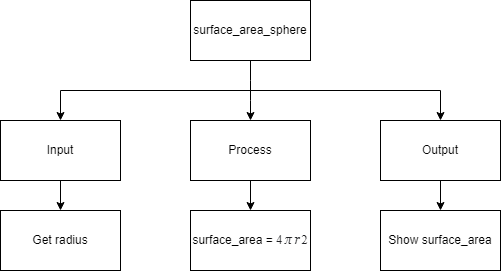
JacksonNaufal/ICS3U-Unit-Assignment-7-Python keeps this draw.io diagram as Drawio/TopDown.png. Above is the earlier version. Source tidied: cells renumbered, new cells last; positions are measured from the earlier drawing's top-left corner, leaving out a move shared by most shapes. Its diagram source:
```xml
<mxGraphModel>
  <root>
    <mxCell id="0" />
    <mxCell id="1" parent="0" />
    <mxCell id="2" style="edgeStyle=none;html=1;exitX=0.5;exitY=1;exitDx=0;exitDy=0;" parent="1" edge="1" source="5" target="9">
      <mxGeometry relative="1" as="geometry">
        <Array as="points">
          <mxPoint x="250" y="90" />
        </Array>
      </mxGeometry>
    </mxCell>
    <mxCell id="3" style="edgeStyle=none;html=1;entryX=0.5;entryY=0;entryDx=0;entryDy=0;rounded=0;" parent="1" edge="1" target="11">
      <mxGeometry relative="1" as="geometry">
        <mxPoint x="250" y="90" as="sourcePoint" />
        <Array as="points">
          <mxPoint x="440" y="90" />
        </Array>
      </mxGeometry>
    </mxCell>
    <mxCell id="4" style="edgeStyle=none;rounded=0;html=1;entryX=0.5;entryY=0;entryDx=0;entryDy=0;" parent="1" edge="1" target="7">
      <mxGeometry relative="1" as="geometry">
        <mxPoint x="250" y="90" as="sourcePoint" />
        <Array as="points">
          <mxPoint x="60" y="90" />
        </Array>
      </mxGeometry>
    </mxCell>
    <mxCell id="5" value="surface_area_sphere" style="rounded=0;whiteSpace=wrap;html=1;" parent="1" vertex="1">
      <mxGeometry x="190" width="120" height="60" as="geometry" />
    </mxCell>
    <mxCell id="6" style="edgeStyle=none;rounded=0;html=1;" parent="1" edge="1" source="7" target="12">
      <mxGeometry relative="1" as="geometry" />
    </mxCell>
    <mxCell id="7" value="Input" style="rounded=0;whiteSpace=wrap;html=1;" parent="1" vertex="1">
      <mxGeometry y="120" width="120" height="60" as="geometry" />
    </mxCell>
    <mxCell id="8" style="edgeStyle=none;rounded=0;html=1;" parent="1" edge="1" source="9" target="14">
      <mxGeometry relative="1" as="geometry" />
    </mxCell>
    <mxCell id="9" value="Process" style="rounded=0;whiteSpace=wrap;html=1;" parent="1" vertex="1">
      <mxGeometry x="190" y="120" width="120" height="60" as="geometry" />
    </mxCell>
    <mxCell id="10" style="edgeStyle=none;rounded=0;html=1;" parent="1" edge="1" source="11" target="13">
      <mxGeometry relative="1" as="geometry" />
    </mxCell>
    <mxCell id="11" value="Output" style="rounded=0;whiteSpace=wrap;html=1;" parent="1" vertex="1">
      <mxGeometry x="380" y="120" width="120" height="60" as="geometry" />
    </mxCell>
    <mxCell id="12" value="Get radius" style="rounded=0;whiteSpace=wrap;html=1;" parent="1" vertex="1">
      <mxGeometry y="210" width="120" height="60" as="geometry" />
    </mxCell>
    <mxCell id="13" value="Show surface_area" style="rounded=0;whiteSpace=wrap;html=1;" parent="1" vertex="1">
      <mxGeometry x="380" y="210" width="120" height="60" as="geometry" />
    </mxCell>
    <mxCell id="14" value="surface_area =&amp;nbsp;&lt;font style=&quot;font-size: 12px&quot;&gt;&lt;div class=&quot;lr-fy-eq-elem&quot; style=&quot;display: inline-block ; position: relative ; transition: all 0.05s ease-in-out 0s ; color: rgb(32 , 33 , 36) ; font-family: &amp;#34;stixgeneral&amp;#34; , &amp;#34;georgia&amp;#34; ; background-color: rgb(255 , 255 , 255)&quot;&gt;&lt;div class=&quot;lr-fy-ecv lr-fy-eq-elem&quot; style=&quot;display: inline-block ; position: relative ; transition: all 0.05s ease-in-out 0s ; font-family: &amp;#34;stixgeneral&amp;#34; , &amp;#34;times&amp;#34; , &amp;#34;times new roman&amp;#34; , serif ; font-size: 12px&quot;&gt;4&lt;/div&gt;&lt;div class=&quot;lr-fy-eq-elem lr-fy-eq-add&quot; style=&quot;display: inline-block ; position: relative ; transition: all 0.05s ease-in-out 0s ; margin-left: 0.2em ; font-size: 12px&quot;&gt;&lt;/div&gt;&lt;div class=&quot;lr-fy-ecl lr-fy-eq-elem&quot; style=&quot;display: inline-block ; position: relative ; transition: all 0.05s ease-in-out 0s ; font-style: italic ; font-size: 12px&quot;&gt;π&lt;/div&gt;&lt;/div&gt;&lt;div class=&quot;lr-fy-eq-elem lr-fy-eq-add&quot; style=&quot;display: inline-block ; position: relative ; transition: all 0.05s ease-in-out 0s ; color: rgb(32 , 33 , 36) ; font-family: &amp;#34;stixgeneral&amp;#34; , &amp;#34;georgia&amp;#34; ; background-color: rgb(255 , 255 , 255) ; margin-left: 0.2em&quot;&gt;&lt;/div&gt;&lt;div class=&quot;lr-fy-eq-elem&quot; style=&quot;display: inline-block ; position: relative ; transition: all 0.05s ease-in-out 0s ; color: rgb(32 , 33 , 36) ; font-family: &amp;#34;stixgeneral&amp;#34; , &amp;#34;georgia&amp;#34; ; background-color: rgb(255 , 255 , 255)&quot;&gt;&lt;div class=&quot;lr-fy-el lr-fy-eq-elem&quot; style=&quot;display: inline-block ; position: relative ; transition: all 0.05s ease-in-out 0s ; margin: -4px ; padding: 4px ; font-style: italic ; cursor: pointer ; font-size: 12px&quot;&gt;r&lt;/div&gt;&lt;div class=&quot;lr-fy-ecv lr-fy-eq-elem&quot; style=&quot;display: inline-block ; position: relative ; transition: all 0.05s ease-in-out 0s ; font-family: &amp;#34;stixgeneral&amp;#34; , &amp;#34;times&amp;#34; , &amp;#34;times new roman&amp;#34; , serif ; margin-left: 0.15em ; vertical-align: top ; font-size: 12px&quot;&gt;2&lt;/div&gt;&lt;/div&gt;&lt;/font&gt;" style="rounded=0;whiteSpace=wrap;html=1;" parent="1" vertex="1">
      <mxGeometry x="190" y="210" width="120" height="60" as="geometry" />
    </mxCell>
  </root>
</mxGraphModel>
```
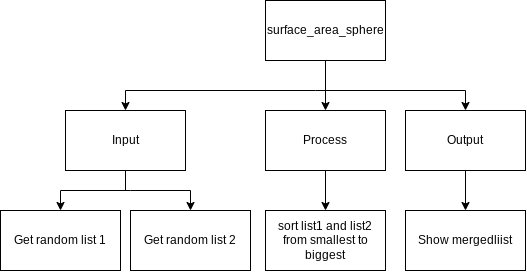
Above is the later version.

The edit, as a diff of the source:
```diff
@@ -2,18 +2,11 @@
   <root>
     <mxCell id="0" />
     <mxCell id="1" parent="0" />
-    <mxCell id="2" style="edgeStyle=none;html=1;exitX=0.5;exitY=1;exitDx=0;exitDy=0;" parent="1" edge="1" source="5" target="9">
-      <mxGeometry relative="1" as="geometry">
-        <Array as="points">
-          <mxPoint x="250" y="90" />
-        </Array>
-      </mxGeometry>
-    </mxCell>
     <mxCell id="3" style="edgeStyle=none;html=1;entryX=0.5;entryY=0;entryDx=0;entryDy=0;rounded=0;" parent="1" edge="1" target="11">
       <mxGeometry relative="1" as="geometry">
         <mxPoint x="250" y="90" as="sourcePoint" />
         <Array as="points">
-          <mxPoint x="440" y="90" />
+          <mxPoint x="400" y="90" />
         </Array>
       </mxGeometry>
     </mxCell>
@@ -25,35 +18,59 @@
         </Array>
       </mxGeometry>
     </mxCell>
+    <mxCell id="2" style="edgeStyle=none;rounded=0;html=1;entryX=0.5;entryY=0;entryDx=0;entryDy=0;endArrow=classic;endFill=1;" parent="1" edge="1" source="5" target="9">
+      <mxGeometry relative="1" as="geometry" />
+    </mxCell>
     <mxCell id="5" value="surface_area_sphere" style="rounded=0;whiteSpace=wrap;html=1;" parent="1" vertex="1">
-      <mxGeometry x="190" width="120" height="60" as="geometry" />
+      <mxGeometry x="200" width="120" height="60" as="geometry" />
     </mxCell>
-    <mxCell id="6" style="edgeStyle=none;rounded=0;html=1;" parent="1" edge="1" source="7" target="12">
-      <mxGeometry relative="1" as="geometry" />
-    </mxCell>
+    <mxCell id="15" style="edgeStyle=none;html=1;entryX=0.5;entryY=0;entryDx=0;entryDy=0;rounded=0;" parent="1" edge="1" target="12">
+      <mxGeometry relative="1" as="geometry">
+        <mxPoint x="65" y="190" as="sourcePoint" />
+        <Array as="points">
+          <mxPoint x="-5" y="190" />
+        </Array>
+      </mxGeometry>
+    </mxCell>
+    <mxCell id="16" style="edgeStyle=none;html=1;entryX=0.5;entryY=0;entryDx=0;entryDy=0;rounded=0;" parent="1" edge="1" target="18">
+      <mxGeometry relative="1" as="geometry">
+        <mxPoint x="65" y="190" as="sourcePoint" />
+        <Array as="points">
+          <mxPoint x="125" y="190" />
+        </Array>
+      </mxGeometry>
+    </mxCell>
+    <mxCell id="17" style="edgeStyle=none;rounded=0;html=1;endArrow=none;endFill=0;" parent="1" edge="1" source="7">
+      <mxGeometry relative="1" as="geometry">
+        <mxPoint x="60" y="190" as="targetPoint" />
+      </mxGeometry>
+    </mxCell>
     <mxCell id="7" value="Input" style="rounded=0;whiteSpace=wrap;html=1;" parent="1" vertex="1">
-      <mxGeometry y="120" width="120" height="60" as="geometry" />
+      <mxGeometry y="110" width="120" height="60" as="geometry" />
     </mxCell>
-    <mxCell id="8" style="edgeStyle=none;rounded=0;html=1;" parent="1" edge="1" source="9" target="14">
+    <mxCell id="8" style="edgeStyle=none;rounded=0;html=1;entryX=0.5;entryY=0;entryDx=0;entryDy=0;endArrow=classic;endFill=1;" parent="1" edge="1" source="9" target="14">
       <mxGeometry relative="1" as="geometry" />
     </mxCell>
     <mxCell id="9" value="Process" style="rounded=0;whiteSpace=wrap;html=1;" parent="1" vertex="1">
-      <mxGeometry x="190" y="120" width="120" height="60" as="geometry" />
+      <mxGeometry x="200" y="110" width="120" height="60" as="geometry" />
     </mxCell>
     <mxCell id="10" style="edgeStyle=none;rounded=0;html=1;" parent="1" edge="1" source="11" target="13">
       <mxGeometry relative="1" as="geometry" />
     </mxCell>
     <mxCell id="11" value="Output" style="rounded=0;whiteSpace=wrap;html=1;" parent="1" vertex="1">
-      <mxGeometry x="380" y="120" width="120" height="60" as="geometry" />
+      <mxGeometry x="340" y="110" width="120" height="60" as="geometry" />
     </mxCell>
-    <mxCell id="12" value="Get radius" style="rounded=0;whiteSpace=wrap;html=1;" parent="1" vertex="1">
-      <mxGeometry y="210" width="120" height="60" as="geometry" />
+    <mxCell id="12" value="Get random list 1" style="rounded=0;whiteSpace=wrap;html=1;" parent="1" vertex="1">
+      <mxGeometry x="-65" y="210" width="120" height="60" as="geometry" />
     </mxCell>
-    <mxCell id="13" value="Show surface_area" style="rounded=0;whiteSpace=wrap;html=1;" parent="1" vertex="1">
-      <mxGeometry x="380" y="210" width="120" height="60" as="geometry" />
+    <mxCell id="13" value="Show mergedliist" style="rounded=0;whiteSpace=wrap;html=1;" parent="1" vertex="1">
+      <mxGeometry x="340" y="210" width="120" height="60" as="geometry" />
     </mxCell>
-    <mxCell id="14" value="surface_area =&amp;nbsp;&lt;font style=&quot;font-size: 12px&quot;&gt;&lt;div class=&quot;lr-fy-eq-elem&quot; style=&quot;display: inline-block ; position: relative ; transition: all 0.05s ease-in-out 0s ; color: rgb(32 , 33 , 36) ; font-family: &amp;#34;stixgeneral&amp;#34; , &amp;#34;georgia&amp;#34; ; background-color: rgb(255 , 255 , 255)&quot;&gt;&lt;div class=&quot;lr-fy-ecv lr-fy-eq-elem&quot; style=&quot;display: inline-block ; position: relative ; transition: all 0.05s ease-in-out 0s ; font-family: &amp;#34;stixgeneral&amp;#34; , &amp;#34;times&amp;#34; , &amp;#34;times new roman&amp;#34; , serif ; font-size: 12px&quot;&gt;4&lt;/div&gt;&lt;div class=&quot;lr-fy-eq-elem lr-fy-eq-add&quot; style=&quot;display: inline-block ; position: relative ; transition: all 0.05s ease-in-out 0s ; margin-left: 0.2em ; font-size: 12px&quot;&gt;&lt;/div&gt;&lt;div class=&quot;lr-fy-ecl lr-fy-eq-elem&quot; style=&quot;display: inline-block ; position: relative ; transition: all 0.05s ease-in-out 0s ; font-style: italic ; font-size: 12px&quot;&gt;π&lt;/div&gt;&lt;/div&gt;&lt;div class=&quot;lr-fy-eq-elem lr-fy-eq-add&quot; style=&quot;display: inline-block ; position: relative ; transition: all 0.05s ease-in-out 0s ; color: rgb(32 , 33 , 36) ; font-family: &amp;#34;stixgeneral&amp;#34; , &amp;#34;georgia&amp;#34; ; background-color: rgb(255 , 255 , 255) ; margin-left: 0.2em&quot;&gt;&lt;/div&gt;&lt;div class=&quot;lr-fy-eq-elem&quot; style=&quot;display: inline-block ; position: relative ; transition: all 0.05s ease-in-out 0s ; color: rgb(32 , 33 , 36) ; font-family: &amp;#34;stixgeneral&amp;#34; , &amp;#34;georgia&amp;#34; ; background-color: rgb(255 , 255 , 255)&quot;&gt;&lt;div class=&quot;lr-fy-el lr-fy-eq-elem&quot; style=&quot;display: inline-block ; position: relative ; transition: all 0.05s ease-in-out 0s ; margin: -4px ; padding: 4px ; font-style: italic ; cursor: pointer ; font-size: 12px&quot;&gt;r&lt;/div&gt;&lt;div class=&quot;lr-fy-ecv lr-fy-eq-elem&quot; style=&quot;display: inline-block ; position: relative ; transition: all 0.05s ease-in-out 0s ; font-family: &amp;#34;stixgeneral&amp;#34; , &amp;#34;times&amp;#34; , &amp;#34;times new roman&amp;#34; , serif ; margin-left: 0.15em ; vertical-align: top ; font-size: 12px&quot;&gt;2&lt;/div&gt;&lt;/div&gt;&lt;/font&gt;" style="rounded=0;whiteSpace=wrap;html=1;" parent="1" vertex="1">
-      <mxGeometry x="190" y="210" width="120" height="60" as="geometry" />
+    <mxCell id="14" value="sort list1 and list2 from smallest to biggest" style="rounded=0;whiteSpace=wrap;html=1;" parent="1" vertex="1">
+      <mxGeometry x="200" y="210" width="120" height="60" as="geometry" />
     </mxCell>
+    <mxCell id="18" value="Get random list 2" style="rounded=0;whiteSpace=wrap;html=1;" parent="1" vertex="1">
+      <mxGeometry x="65" y="210" width="120" height="60" as="geometry" />
+    </mxCell>
   </root>
 </mxGraphModel>
```
